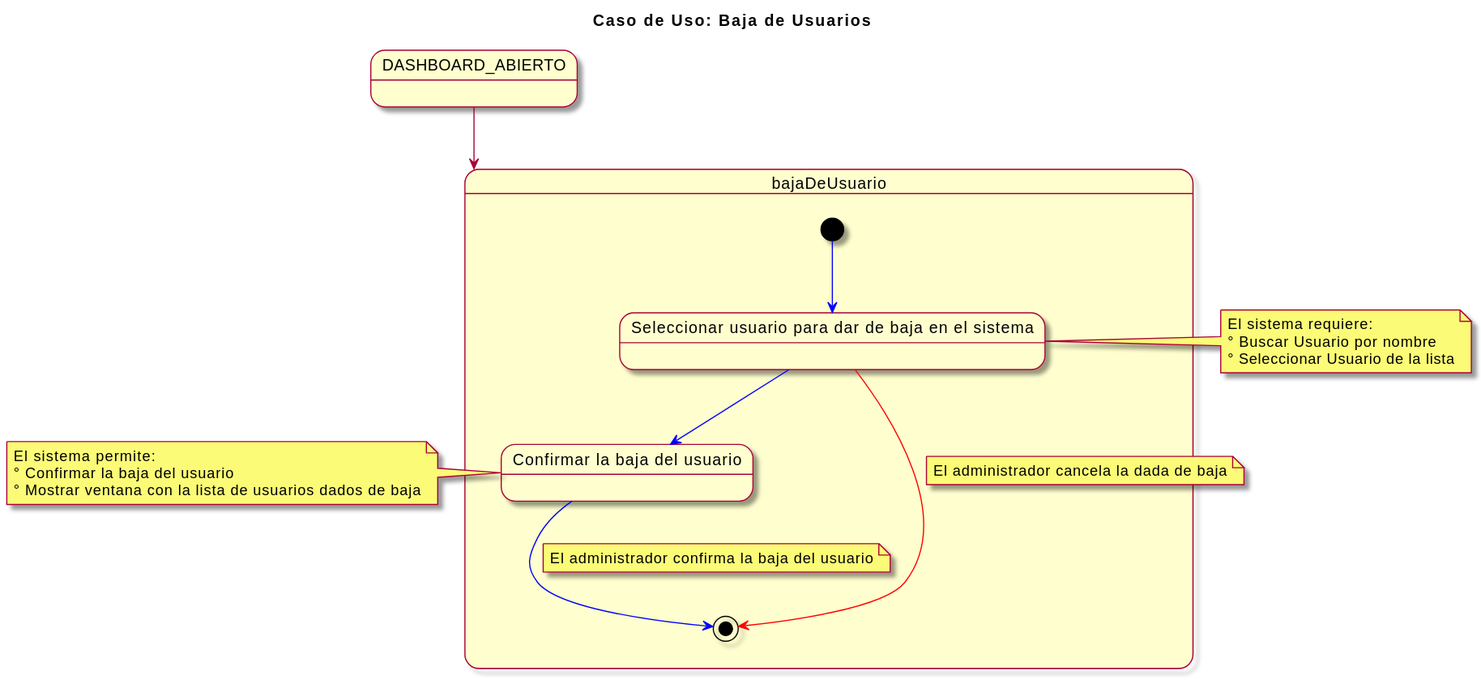
mmasias/23-24-IdSw1-SDR keeps this PlantUML diagram as imagenes/casosDeUso/detalles/eliminarUsuario.svg. Above is the earlier version.
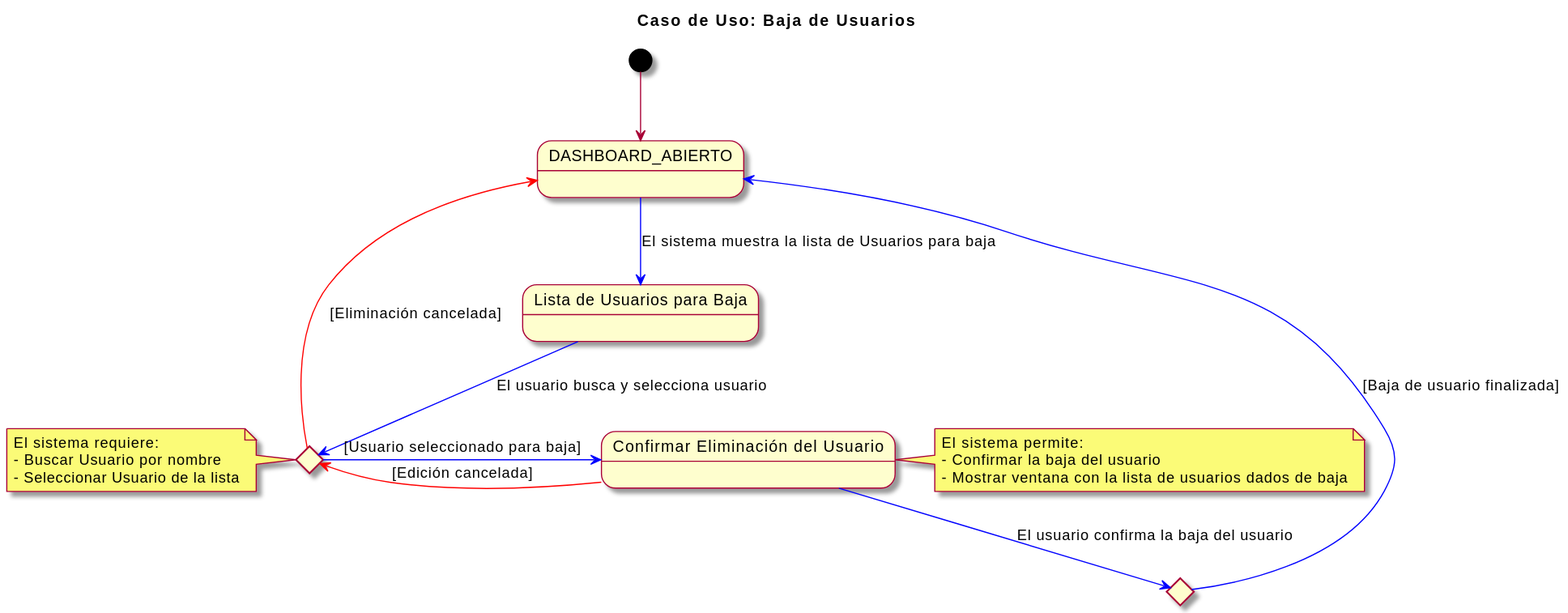
Later version of the same file.

What changed in the source:
```diff
@@ -2,31 +2,30 @@
 skin rose
 title Caso de Uso: Baja de Usuarios
 
-state DASHBOARD_ABIERTO
+state DASHBOARD_ABIERTO as "DASHBOARD_ABIERTO"
+state ListaUsuariosBaja as "Lista de Usuarios para Baja"
+state SeleccionarUsuarioBaja <<choice>>
+state ConfirmarEliminarUsuario as "Confirmar Eliminación del Usuario"
+state BajaUsuarioFinalizada <<choice>>
 
-DASHBOARD_ABIERTO --> bajaDeUsuario
+[*] -d-> DASHBOARD_ABIERTO
+DASHBOARD_ABIERTO -d[#blue]-> ListaUsuariosBaja : El sistema muestra la lista de Usuarios para baja
+ListaUsuariosBaja -d[#blue]-> SeleccionarUsuarioBaja : El usuario busca y selecciona usuario
+SeleccionarUsuarioBaja -r[#blue]-> ConfirmarEliminarUsuario : [Usuario seleccionado para baja]
+ConfirmarEliminarUsuario -d[#blue]-> BajaUsuarioFinalizada : El usuario confirma la baja del usuario
+BajaUsuarioFinalizada -r[#blue]-> DASHBOARD_ABIERTO : [Baja de usuario finalizada]
+SeleccionarUsuarioBaja -l[#red]-> DASHBOARD_ABIERTO : [Eliminación cancelada]
+ConfirmarEliminarUsuario -l[#red]-> SeleccionarUsuarioBaja : [Edición cancelada]
 
-state bajaDeUsuario {
-  [*] -[#blue]-> seleccionarUsuario
-  state "Seleccionar usuario para dar de baja en el sistema" as seleccionarUsuario
-  seleccionarUsuario -[#blue]-> confirmarEliminarUsuario
-  state "Confirmar la baja del usuario" as confirmarEliminarUsuario
-  confirmarEliminarUsuario -[#blue]-> [*]
-  note on link: El administrador confirma la baja del usuario
-
-  seleccionarUsuario -[#red]-> [*]
-  note on link: El administrador cancela la dada de baja
-}
-
-note left of confirmarEliminarUsuario
+note right of ConfirmarEliminarUsuario
   El sistema permite:
-  ° Confirmar la baja del usuario
-  ° Mostrar ventana con la lista de usuarios dados de baja
+  - Confirmar la baja del usuario
+  - Mostrar ventana con la lista de usuarios dados de baja
 end note
 
-note left of seleccionarUsuario
+note left of SeleccionarUsuarioBaja
   El sistema requiere:
-  ° Buscar Usuario por nombre
-  ° Seleccionar Usuario de la lista
+  - Buscar Usuario por nombre
+  - Seleccionar Usuario de la lista
 end note
 @enduml
```
